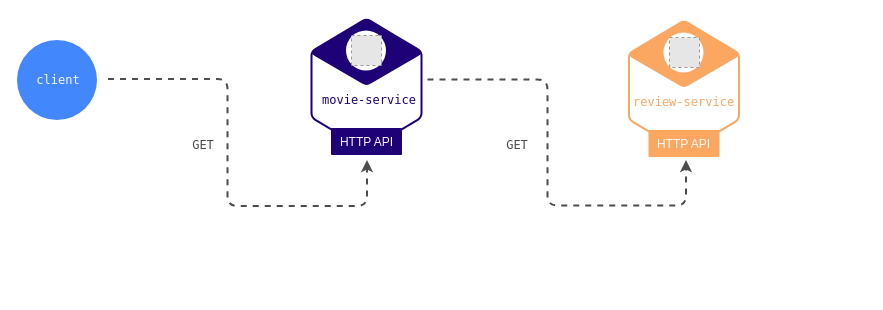
Above: page "services" (1 of 4) of misc/diagrams.drawio in cassiomolin/log-aggregation-spring-boot-elastic-stack (draw.io), before the change. Source tidied: cells renumbered, new cells numbered last; positions are measured from the earlier drawing's top-left corner, leaving out a move shared by most shapes. Both pictures are drawn from the tidied source at 100%, with x=0, y=0 at pixel (16, 19). Pictures stored in the file or linked from it are replaced by grey dashed boxes.
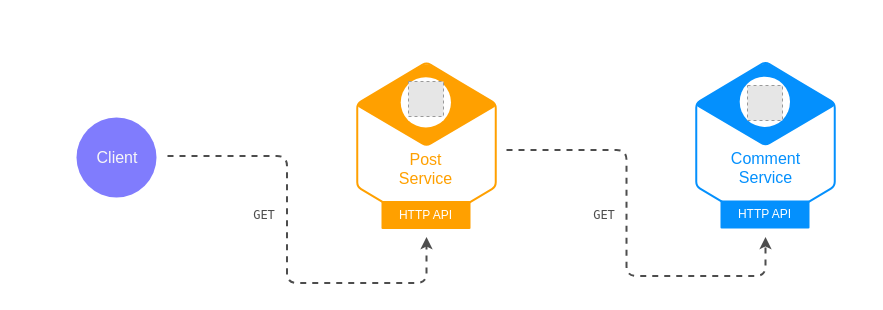
After the change.

What changed in the source:
```diff
@@
     <mxCell id="2" style="edgeStyle=orthogonalEdgeStyle;rounded=1;orthogonalLoop=1;jettySize=auto;html=1;fontColor=#F7F7F7;dashed=1;strokeColor=#4D4D4D;strokeWidth=2;shadow=0;" parent="1" edge="1">
       <mxGeometry relative="1" as="geometry">
-        <mxPoint x="411" y="60" as="sourcePoint" />
-        <mxPoint x="669.5" y="140.5" as="targetPoint" />
+        <mxPoint x="490" y="130.5" as="sourcePoint" />
+        <mxPoint x="749" y="217.5" as="targetPoint" />
         <Array as="points">
-          <mxPoint x="531" y="60" />
-          <mxPoint x="531" y="186" />
-          <mxPoint x="670" y="186" />
+          <mxPoint x="610" y="130.5" />
+          <mxPoint x="610" y="256.5" />
+          <mxPoint x="749" y="256.5" />
         </Array>
       </mxGeometry>
     </mxCell>
     <mxCell id="3" value="GET" style="text;html=1;strokeColor=none;fillColor=none;align=center;verticalAlign=middle;whiteSpace=wrap;rounded=0;fontColor=#4D4D4D;fontFamily=Menlo;shadow=0;" parent="1" vertex="1">
-      <mxGeometry x="166.5" y="115.5" width="40" height="20" as="geometry" />
+      <mxGeometry x="228" y="186" width="40" height="20" as="geometry" />
     </mxCell>
-    <mxCell id="4" style="group;" parent="1" vertex="1">
-      <mxGeometry x="284" y="0.5" width="132" height="135" as="geometry" />
-    </mxCell>
-    <mxCell id="5" style="group;" parent="4" vertex="1">
-      <mxGeometry width="132" height="119.5" as="geometry" />
-    </mxCell>
-    <mxCell id="6" style="group;" parent="5" vertex="1">
-      <mxGeometry width="132" height="119.5" as="geometry" />
-    </mxCell>
-    <mxCell id="7" style="shape=hexagon;perimeter=hexagonPerimeter2;whiteSpace=wrap;html=1;shadow=0;strokeColor=#1e0077;fillColor=#FFFFFF;gradientColor=none;rotation=90;rounded=1;arcSize=9;strokeWidth=2;" parent="6" vertex="1">
-      <mxGeometry y="9.5" width="132" height="110" as="geometry" />
-    </mxCell>
-    <mxCell id="8" value="&lt;font color=&quot;#1e0077&quot;&gt;movie-service&lt;/font&gt;" style="text;html=1;align=left;verticalAlign=top;spacingTop=-4;fontColor=#4D4D4D;fillColor=none;strokeColor=none;shadow=0;fontFamily=Menlo;" parent="6" vertex="1">
-      <mxGeometry x="20" y="70.5" width="110" height="20" as="geometry" />
-    </mxCell>
-    <mxCell id="9" style="rhombus;whiteSpace=wrap;html=1;rounded=1;shadow=0;strokeColor=#1e0077;fillColor=#1e0077;gradientColor=none;arcSize=9;strokeWidth=2;" parent="6" vertex="1">
-      <mxGeometry x="10.5" width="111" height="65" as="geometry" />
-    </mxCell>
-    <mxCell id="10" style="ellipse;whiteSpace=wrap;html=1;rounded=0;fillColor=#ffffff;strokeColor=none;fixDash=0;backgroundOutline=0;" parent="6" vertex="1">
-      <mxGeometry x="45.5" y="10.5" width="40" height="40" as="geometry" />
-    </mxCell>
-    <mxCell id="11" style="fillColor=#E6E6E6;strokeColor=#999999;dashed=1;verticalLabelPosition=bottom;labelBackgroundColor=#ffffff;verticalAlign=top;" parent="6" vertex="1">
-      <mxGeometry x="51" y="15.5" width="30" height="30" as="geometry" />
-    </mxCell>
-    <mxCell id="12" value="&lt;font color=&quot;#f7f7f7&quot;&gt;HTTP API&lt;/font&gt;" style="whiteSpace=wrap;html=1;verticalAlign=top;strokeColor=none;fillColor=#1E0077;gradientColor=none;rounded=1;arcSize=4;strokeWidth=1;comic=0;shadow=0;glass=0;" parent="4" vertex="1">
-      <mxGeometry x="30.5" y="108" width="71" height="27" as="geometry" />
-    </mxCell>
-    <mxCell id="13" style="group;" parent="1" vertex="1">
-      <mxGeometry x="601.5" y="2.5" width="140" height="135" as="geometry" />
-    </mxCell>
-    <mxCell id="14" style="group;" parent="13" vertex="1">
-      <mxGeometry width="140" height="135" as="geometry" />
-    </mxCell>
-    <mxCell id="15" style="group;" parent="14" vertex="1">
-      <mxGeometry width="140" height="135" as="geometry" />
-    </mxCell>
-    <mxCell id="16" style="shape=hexagon;perimeter=hexagonPerimeter2;whiteSpace=wrap;html=1;shadow=0;strokeColor=#fba761;fillColor=#FFFFFF;gradientColor=none;rotation=90;rounded=1;arcSize=9;strokeWidth=2;" parent="15" vertex="1">
-      <mxGeometry y="9.5" width="132" height="110" as="geometry" />
-    </mxCell>
-    <mxCell id="17" value="&lt;font color=&quot;#fba761&quot;&gt;review-service&lt;/font&gt;" style="text;html=1;align=left;verticalAlign=top;spacingTop=-4;fontColor=#4D4D4D;fillColor=none;strokeColor=none;shadow=0;fontFamily=Menlo;" parent="15" vertex="1">
-      <mxGeometry x="13" y="70.5" width="120" height="20" as="geometry" />
-    </mxCell>
-    <mxCell id="18" style="rhombus;whiteSpace=wrap;html=1;rounded=1;shadow=0;strokeColor=#fba761;fillColor=#fba761;gradientColor=none;arcSize=9;strokeWidth=2;" parent="15" vertex="1">
-      <mxGeometry x="10.5" width="111" height="65" as="geometry" />
-    </mxCell>
-    <mxCell id="19" style="ellipse;whiteSpace=wrap;html=1;rounded=0;fillColor=#ffffff;strokeColor=none;fixDash=0;backgroundOutline=0;" parent="15" vertex="1">
-      <mxGeometry x="45.5" y="10.5" width="40" height="40" as="geometry" />
-    </mxCell>
-    <mxCell id="20" style="fillColor=#E6E6E6;strokeColor=#999999;dashed=1;verticalLabelPosition=bottom;labelBackgroundColor=#ffffff;verticalAlign=top;" parent="15" vertex="1">
-      <mxGeometry x="51.5" y="15.5" width="30" height="30" as="geometry" />
-    </mxCell>
-    <mxCell id="21" value="&lt;font color=&quot;#f7f7f7&quot;&gt;HTTP API&lt;/font&gt;" style="whiteSpace=wrap;html=1;verticalAlign=top;strokeColor=none;fillColor=#FBA761;gradientColor=none;rounded=1;arcSize=4;strokeWidth=1;comic=0;shadow=0;glass=0;" parent="13" vertex="1">
-      <mxGeometry x="30.5" y="108" width="71" height="27" as="geometry" />
-    </mxCell>
     <mxCell id="22" value="GET" style="text;html=1;strokeColor=none;fillColor=none;align=center;verticalAlign=middle;whiteSpace=wrap;rounded=0;fontColor=#4D4D4D;fontFamily=Menlo;shadow=0;" parent="1" vertex="1">
-      <mxGeometry x="480.5" y="115.5" width="40" height="20" as="geometry" />
+      <mxGeometry x="568" y="186" width="40" height="20" as="geometry" />
     </mxCell>
     <mxCell id="23" style="group;" parent="1" vertex="1">
-      <mxGeometry x="0.5" y="20.5" width="80" height="80" as="geometry" />
+      <mxGeometry x="60" y="98" width="80" height="80" as="geometry" />
     </mxCell>
-    <mxCell id="24" style="ellipse;whiteSpace=wrap;html=1;shadow=0;comic=0;strokeColor=none;fillColor=#4387FD;gradientColor=none;fontFamily=Helvetica;fontSize=12;fontColor=#000000;verticalAlign=top;" parent="23" vertex="1">
+    <mxCell id="24" style="ellipse;whiteSpace=wrap;html=1;shadow=0;comic=0;strokeColor=none;fillColor=#807CFD;gradientColor=none;fontFamily=Helvetica;fontSize=12;fontColor=#000000;verticalAlign=top;" parent="23" vertex="1">
       <mxGeometry width="80" height="80" as="geometry" />
     </mxCell>
-    <mxCell id="25" value="client" style="text;html=1;strokeColor=none;fillColor=none;align=center;verticalAlign=middle;whiteSpace=wrap;rounded=0;fontColor=#F7F7F7;fontFamily=Menlo;fontSize=12;shadow=0;" parent="23" vertex="1">
+    <mxCell id="25" value="&lt;font style=&quot;font-size: 16px&quot;&gt;Client&lt;/font&gt;" style="text;html=1;strokeColor=none;fillColor=none;align=center;verticalAlign=middle;whiteSpace=wrap;rounded=0;fontColor=#F7F7F7;fontFamily=Helvetica;fontSize=12;shadow=0;" parent="23" vertex="1">
       <mxGeometry x="7" y="30" width="68" height="20" as="geometry" />
     </mxCell>
     <mxCell id="26" style="edgeStyle=orthogonalEdgeStyle;rounded=1;orthogonalLoop=1;jettySize=auto;html=1;fontColor=#F7F7F7;dashed=1;strokeColor=#4D4D4D;strokeWidth=2;shadow=0;" parent="1" edge="1">
       <mxGeometry relative="1" as="geometry">
-        <mxPoint x="91.5" y="59.5" as="sourcePoint" />
-        <mxPoint x="350.5" y="140.5" as="targetPoint" />
+        <mxPoint x="151" y="136.5" as="sourcePoint" />
+        <mxPoint x="410" y="217.5" as="targetPoint" />
         <Array as="points">
-          <mxPoint x="211" y="59.5" />
-          <mxPoint x="211" y="186.5" />
-          <mxPoint x="350" y="186.5" />
+          <mxPoint x="270.5" y="136.5" />
+          <mxPoint x="270.5" y="263.5" />
+          <mxPoint x="409.5" y="263.5" />
         </Array>
       </mxGeometry>
     </mxCell>
+    <mxCell id="27" style="group;" parent="1" vertex="1">
+      <mxGeometry x="666" y="44" width="183.2" height="165" as="geometry" />
+    </mxCell>
+    <mxCell id="28" style="group;" parent="27" vertex="1">
+      <mxGeometry width="183.2" height="165" as="geometry" />
+    </mxCell>
+    <mxCell id="29" style="group;" parent="28" vertex="1">
+      <mxGeometry width="183.2" height="165" as="geometry" />
+    </mxCell>
+    <mxCell id="30" style="shape=hexagon;perimeter=hexagonPerimeter2;whiteSpace=wrap;html=1;shadow=0;strokeColor=#0490fd;fillColor=#FFFFFF;gradientColor=none;rotation=90;rounded=1;arcSize=9;strokeWidth=2;" parent="29" vertex="1">
+      <mxGeometry y="12" width="166" height="138.5" as="geometry" />
+    </mxCell>
+    <mxCell id="31" value="&lt;font face=&quot;Helvetica&quot; style=&quot;font-size: 16px&quot;&gt;Comment&lt;br&gt;Service&lt;/font&gt;" style="text;html=1;align=center;verticalAlign=top;spacingTop=-4;fontColor=#0490fd;fillColor=none;strokeColor=none;shadow=0;fontFamily=Menlo;fontSize=16;" parent="29" vertex="1">
+      <mxGeometry x="43.2" y="83.3" width="80" height="40" as="geometry" />
+    </mxCell>
+    <mxCell id="32" style="rhombus;whiteSpace=wrap;html=1;rounded=1;shadow=0;strokeColor=#0490fd;fillColor=#0490fd;gradientColor=none;arcSize=9;strokeWidth=2;" parent="29" vertex="1">
+      <mxGeometry x="13.2" width="139.6" height="81.9" as="geometry" />
+    </mxCell>
+    <mxCell id="33" style="ellipse;whiteSpace=wrap;html=1;rounded=0;fillColor=#ffffff;strokeColor=none;fixDash=0;backgroundOutline=0;" parent="29" vertex="1">
+      <mxGeometry x="57.2" y="13.2" width="50.3" height="50.3" as="geometry" />
+    </mxCell>
+    <mxCell id="21" value="&lt;font color=&quot;#ffffff&quot;&gt;HTTP API&lt;/font&gt;" style="whiteSpace=wrap;html=1;verticalAlign=top;strokeColor=none;fillColor=#0490fd;gradientColor=none;rounded=1;arcSize=4;strokeWidth=1;comic=0;shadow=0;glass=0;" parent="29" vertex="1">
+      <mxGeometry x="38" y="137" width="89" height="28" as="geometry" />
+    </mxCell>
+    <mxCell id="34" style="fillColor=#E6E6E6;strokeColor=#999999;dashed=1;verticalLabelPosition=bottom;labelBackgroundColor=#ffffff;verticalAlign=top;" parent="29" vertex="1">
+      <mxGeometry x="65" y="22" width="35" height="35" as="geometry" />
+    </mxCell>
+    <mxCell id="35" style="group;" parent="1" vertex="1">
+      <mxGeometry x="327" y="44.5" width="166" height="170" as="geometry" />
+    </mxCell>
+    <mxCell id="4" style="group;" parent="35" vertex="1">
+      <mxGeometry width="166" height="170" as="geometry" />
+    </mxCell>
+    <mxCell id="36" style="group;" parent="4" vertex="1">
+      <mxGeometry width="166" height="165" as="geometry" />
+    </mxCell>
+    <mxCell id="7" style="shape=hexagon;perimeter=hexagonPerimeter2;whiteSpace=wrap;html=1;shadow=0;strokeColor=#ffa000;fillColor=#FFFFFF;gradientColor=none;rotation=90;rounded=1;arcSize=9;strokeWidth=2;" parent="36" vertex="1">
+      <mxGeometry y="12" width="166" height="138.5" as="geometry" />
+    </mxCell>
+    <mxCell id="8" value="&lt;font face=&quot;Helvetica&quot; style=&quot;font-size: 16px&quot; color=&quot;#ffa000&quot;&gt;Post&lt;br&gt;Service&lt;/font&gt;" style="text;html=1;align=center;verticalAlign=top;spacingTop=-4;fontColor=#E6C975;fillColor=none;strokeColor=none;shadow=0;fontFamily=Menlo;fontSize=16;" parent="36" vertex="1">
+      <mxGeometry x="47.2" y="83.8" width="70" height="40" as="geometry" />
+    </mxCell>
+    <mxCell id="9" style="rhombus;whiteSpace=wrap;html=1;rounded=1;shadow=0;strokeColor=#ffa000;fillColor=#FFA000;gradientColor=none;arcSize=9;strokeWidth=2;" parent="36" vertex="1">
+      <mxGeometry x="13.2" width="139.6" height="81.9" as="geometry" />
+    </mxCell>
+    <mxCell id="10" style="ellipse;whiteSpace=wrap;html=1;rounded=0;fillColor=#ffffff;strokeColor=none;fixDash=0;backgroundOutline=0;" parent="36" vertex="1">
+      <mxGeometry x="57.2" y="13.2" width="50.3" height="50.3" as="geometry" />
+    </mxCell>
+    <mxCell id="37" style="fillColor=#E6E6E6;strokeColor=#999999;dashed=1;verticalLabelPosition=bottom;labelBackgroundColor=#ffffff;verticalAlign=top;" parent="36" vertex="1">
+      <mxGeometry x="65" y="17.5" width="35" height="35" as="geometry" />
+    </mxCell>
+    <mxCell id="12" value="&lt;font color=&quot;#ffffff&quot;&gt;HTTP API&lt;/font&gt;" style="whiteSpace=wrap;html=1;verticalAlign=top;strokeColor=none;fillColor=#ffa000;gradientColor=none;rounded=1;arcSize=4;strokeWidth=1;comic=0;shadow=0;glass=0;" parent="36" vertex="1">
+      <mxGeometry x="38" y="137" width="89" height="28" as="geometry" />
+    </mxCell>
```
